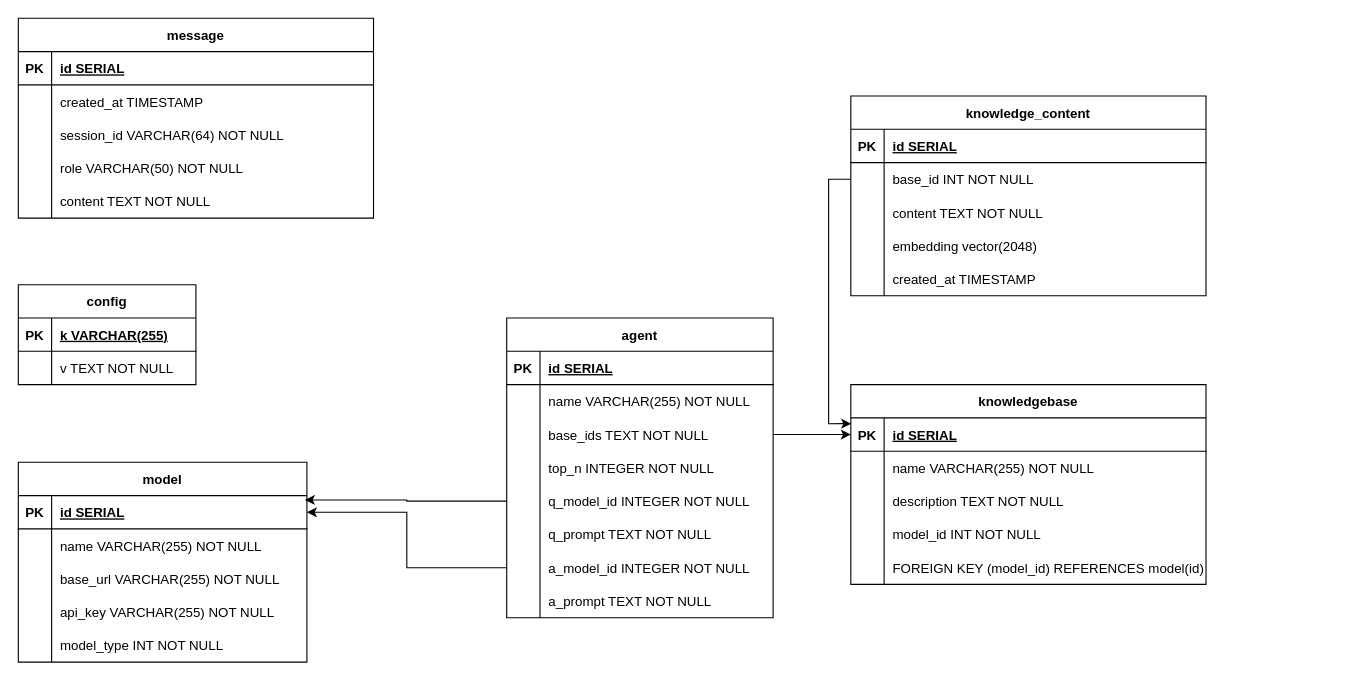
Above: db.drawio in xy3xy3/database-bighw (draw.io), before the change. Source tidied: cells renumbered, new cells numbered last; positions are measured from the earlier drawing's top-left corner, leaving out a move shared by most shapes. Both pictures are drawn from the tidied source at 111%, with x=0, y=0 at pixel (18, 18).
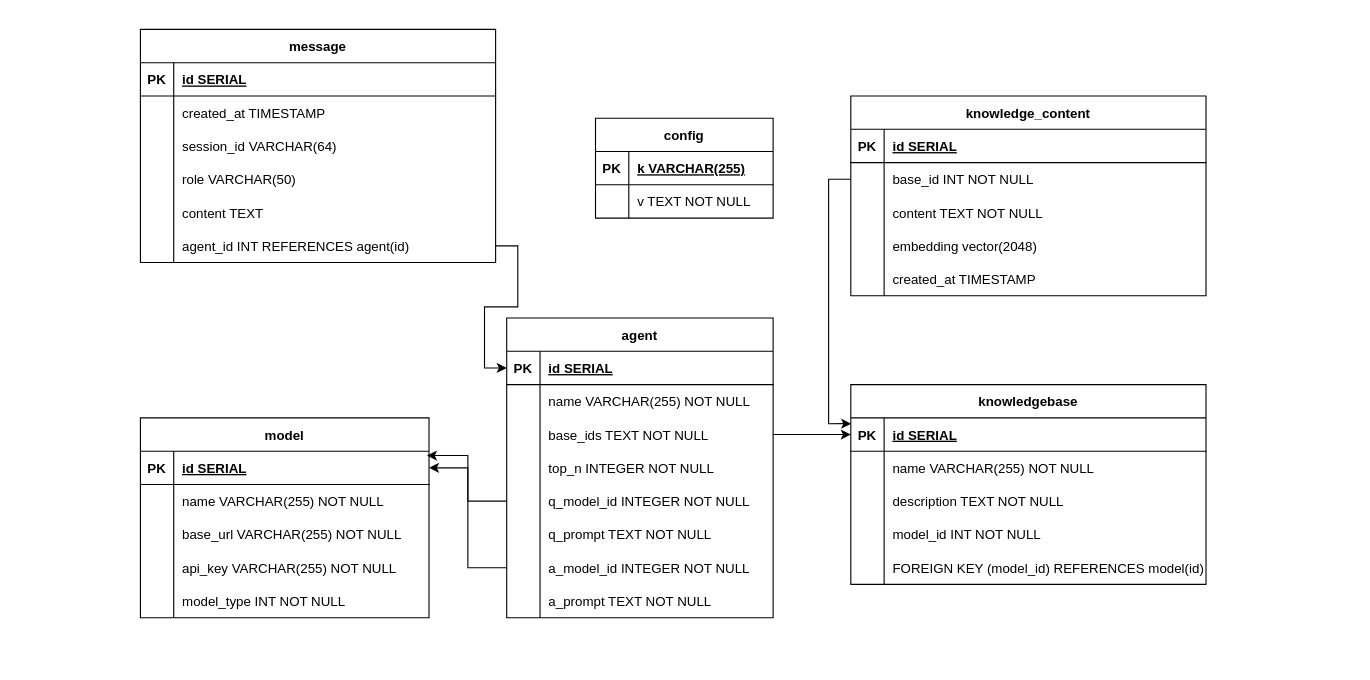
Above is the later version.

The change refers to these unchanged cells:
```xml
<mxCell id="74" style="shape=tableRow;horizontal=0;startSize=0;swimlaneHead=0;swimlaneBody=0;fillColor=none;points=[[0,0.5],[1,0.5]];portConstraint=eastwest;strokeColor=inherit;top=0;left=0;right=0;bottom=1;" parent="73" vertex="1">
  <mxGeometry y="30" width="240" height="30" as="geometry" />
</mxCell>
```

Change to the diagram source:
```diff
@@
-    <mxCell id="2" value="message" style="shape=table;startSize=30;childLayout=tableLayout;rowLines=0;fontStyle=1;align=center;" parent="1" vertex="1">
-      <mxGeometry width="320" height="180" as="geometry" />
-    </mxCell>
-    <mxCell id="3" style="shape=tableRow;horizontal=0;startSize=0;swimlaneHead=0;swimlaneBody=0;fillColor=none;strokeColor=inherit;top=0;left=0;right=0;bottom=1;" parent="2" vertex="1">
-      <mxGeometry y="30" width="320" height="30" as="geometry" />
-    </mxCell>
-    <mxCell id="4" value="PK" style="shape=partialRectangle;overflow=hidden;fillColor=none;strokeColor=inherit;top=0;left=0;bottom=0;right=0;fontStyle=1;" parent="3" vertex="1">
-      <mxGeometry width="30" height="30" as="geometry" />
-    </mxCell>
-    <mxCell id="5" value="id SERIAL " style="shape=partialRectangle;overflow=hidden;fillColor=none;align=left;strokeColor=inherit;top=0;left=0;bottom=0;right=0;spacingLeft=6;fontStyle=5;" parent="3" vertex="1">
-      <mxGeometry x="30" width="290" height="30" as="geometry" />
-    </mxCell>
-    <mxCell id="6" style="shape=tableRow;horizontal=0;startSize=0;swimlaneHead=0;swimlaneBody=0;fillColor=none;strokeColor=inherit;top=0;left=0;right=0;bottom=0;" parent="2" vertex="1">
-      <mxGeometry y="60" width="320" height="30" as="geometry" />
-    </mxCell>
-    <mxCell id="7" style="shape=partialRectangle;overflow=hidden;fillColor=none;strokeColor=inherit;top=0;left=0;bottom=0;right=0;" parent="6" vertex="1">
-      <mxGeometry width="30" height="30" as="geometry" />
-    </mxCell>
-    <mxCell id="8" value="created_at TIMESTAMP" style="shape=partialRectangle;overflow=hidden;fillColor=none;align=left;strokeColor=inherit;top=0;left=0;bottom=0;right=0;spacingLeft=6;" parent="6" vertex="1">
-      <mxGeometry x="30" width="290" height="30" as="geometry" />
-    </mxCell>
-    <mxCell id="9" style="shape=tableRow;horizontal=0;startSize=0;swimlaneHead=0;swimlaneBody=0;fillColor=none;strokeColor=inherit;top=0;left=0;right=0;bottom=0;" parent="2" vertex="1">
-      <mxGeometry y="90" width="320" height="30" as="geometry" />
-    </mxCell>
-    <mxCell id="10" style="shape=partialRectangle;overflow=hidden;fillColor=none;strokeColor=inherit;top=0;left=0;bottom=0;right=0;" parent="9" vertex="1">
-      <mxGeometry width="30" height="30" as="geometry" />
-    </mxCell>
-    <mxCell id="11" value="session_id VARCHAR(64) NOT NULL" style="shape=partialRectangle;overflow=hidden;fillColor=none;align=left;strokeColor=inherit;top=0;left=0;bottom=0;right=0;spacingLeft=6;" parent="9" vertex="1">
-      <mxGeometry x="30" width="290" height="30" as="geometry" />
-    </mxCell>
-    <mxCell id="12" style="shape=tableRow;horizontal=0;startSize=0;swimlaneHead=0;swimlaneBody=0;fillColor=none;strokeColor=inherit;top=0;left=0;right=0;bottom=0;" parent="2" vertex="1">
-      <mxGeometry y="120" width="320" height="30" as="geometry" />
-    </mxCell>
-    <mxCell id="13" style="shape=partialRectangle;overflow=hidden;fillColor=none;strokeColor=inherit;top=0;left=0;bottom=0;right=0;" parent="12" vertex="1">
-      <mxGeometry width="30" height="30" as="geometry" />
-    </mxCell>
-    <mxCell id="14" value="role VARCHAR(50) NOT NULL" style="shape=partialRectangle;overflow=hidden;fillColor=none;align=left;strokeColor=inherit;top=0;left=0;bottom=0;right=0;spacingLeft=6;" parent="12" vertex="1">
-      <mxGeometry x="30" width="290" height="30" as="geometry" />
-    </mxCell>
-    <mxCell id="15" style="shape=tableRow;horizontal=0;startSize=0;swimlaneHead=0;swimlaneBody=0;fillColor=none;strokeColor=inherit;top=0;left=0;right=0;bottom=0;" parent="2" vertex="1">
-      <mxGeometry y="150" width="320" height="30" as="geometry" />
-    </mxCell>
-    <mxCell id="16" style="shape=partialRectangle;overflow=hidden;fillColor=none;strokeColor=inherit;top=0;left=0;bottom=0;right=0;" parent="15" vertex="1">
-      <mxGeometry width="30" height="30" as="geometry" />
-    </mxCell>
-    <mxCell id="17" value="content TEXT NOT NULL" style="shape=partialRectangle;overflow=hidden;fillColor=none;align=left;strokeColor=inherit;top=0;left=0;bottom=0;right=0;spacingLeft=6;" parent="15" vertex="1">
-      <mxGeometry x="30" width="290" height="30" as="geometry" />
-    </mxCell>
     <mxCell id="18" value="model" style="shape=table;startSize=30;childLayout=tableLayout;rowLines=0;fontStyle=1;align=center;" parent="1" vertex="1">
-      <mxGeometry y="400" width="260" height="180" as="geometry" />
+      <mxGeometry x="110" y="360" width="260" height="180" as="geometry" />
     </mxCell>
@@
     <mxCell id="66" value="config" style="shape=table;startSize=30;childLayout=tableLayout;rowLines=0;fontStyle=1;align=center;" parent="1" vertex="1">
-      <mxGeometry y="240" width="160" height="90" as="geometry" />
+      <mxGeometry x="520" y="90" width="160" height="90" as="geometry" />
     </mxCell>
@@
+    <mxCell id="2" value="message" style="shape=table;startSize=30;childLayout=tableLayout;rowLines=0;fontStyle=1;align=center;" parent="1" vertex="1">
+      <mxGeometry x="110" y="10" width="320" height="210" as="geometry" />
+    </mxCell>
+    <mxCell id="3" style="shape=tableRow;horizontal=0;startSize=0;swimlaneHead=0;swimlaneBody=0;fillColor=none;strokeColor=inherit;top=0;left=0;right=0;bottom=1;" parent="2" vertex="1">
+      <mxGeometry y="30" width="320" height="30" as="geometry" />
+    </mxCell>
+    <mxCell id="4" value="PK" style="shape=partialRectangle;overflow=hidden;fillColor=none;strokeColor=inherit;top=0;left=0;bottom=0;right=0;fontStyle=1;" parent="3" vertex="1">
+      <mxGeometry width="30" height="30" as="geometry" />
+    </mxCell>
+    <mxCell id="5" value="id SERIAL " style="shape=partialRectangle;overflow=hidden;fillColor=none;align=left;strokeColor=inherit;top=0;left=0;bottom=0;right=0;spacingLeft=6;fontStyle=5;" parent="3" vertex="1">
+      <mxGeometry x="30" width="290" height="30" as="geometry" />
+    </mxCell>
+    <mxCell id="6" style="shape=tableRow;horizontal=0;startSize=0;swimlaneHead=0;swimlaneBody=0;fillColor=none;strokeColor=inherit;top=0;left=0;right=0;bottom=0;" parent="2" vertex="1">
+      <mxGeometry y="60" width="320" height="30" as="geometry" />
+    </mxCell>
+    <mxCell id="102" style="shape=partialRectangle;overflow=hidden;fillColor=none;strokeColor=inherit;top=0;left=0;bottom=0;right=0;" parent="6" vertex="1">
+      <mxGeometry width="30" height="30" as="geometry" />
+    </mxCell>
+    <mxCell id="8" value="created_at TIMESTAMP" style="shape=partialRectangle;overflow=hidden;fillColor=none;align=left;strokeColor=inherit;top=0;left=0;bottom=0;right=0;spacingLeft=6;" parent="6" vertex="1">
+      <mxGeometry x="30" width="290" height="30" as="geometry" />
+    </mxCell>
+    <mxCell id="9" style="shape=tableRow;horizontal=0;startSize=0;swimlaneHead=0;swimlaneBody=0;fillColor=none;strokeColor=inherit;top=0;left=0;right=0;bottom=0;" parent="2" vertex="1">
+      <mxGeometry y="90" width="320" height="30" as="geometry" />
+    </mxCell>
+    <mxCell id="103" style="shape=partialRectangle;overflow=hidden;fillColor=none;strokeColor=inherit;top=0;left=0;bottom=0;right=0;" parent="9" vertex="1">
+      <mxGeometry width="30" height="30" as="geometry" />
+    </mxCell>
+    <mxCell id="104" value="session_id VARCHAR(64)" style="shape=partialRectangle;overflow=hidden;fillColor=none;align=left;strokeColor=inherit;top=0;left=0;bottom=0;right=0;spacingLeft=6;" parent="9" vertex="1">
+      <mxGeometry x="30" width="290" height="30" as="geometry" />
+    </mxCell>
+    <mxCell id="12" style="shape=tableRow;horizontal=0;startSize=0;swimlaneHead=0;swimlaneBody=0;fillColor=none;strokeColor=inherit;top=0;left=0;right=0;bottom=0;" parent="2" vertex="1">
+      <mxGeometry y="120" width="320" height="30" as="geometry" />
+    </mxCell>
+    <mxCell id="105" style="shape=partialRectangle;overflow=hidden;fillColor=none;strokeColor=inherit;top=0;left=0;bottom=0;right=0;" parent="12" vertex="1">
+      <mxGeometry width="30" height="30" as="geometry" />
+    </mxCell>
+    <mxCell id="106" value="role VARCHAR(50)" style="shape=partialRectangle;overflow=hidden;fillColor=none;align=left;strokeColor=inherit;top=0;left=0;bottom=0;right=0;spacingLeft=6;" parent="12" vertex="1">
+      <mxGeometry x="30" width="290" height="30" as="geometry" />
+    </mxCell>
+    <mxCell id="15" style="shape=tableRow;horizontal=0;startSize=0;swimlaneHead=0;swimlaneBody=0;fillColor=none;strokeColor=inherit;top=0;left=0;right=0;bottom=0;" parent="2" vertex="1">
+      <mxGeometry y="150" width="320" height="30" as="geometry" />
+    </mxCell>
+    <mxCell id="107" style="shape=partialRectangle;overflow=hidden;fillColor=none;strokeColor=inherit;top=0;left=0;bottom=0;right=0;" parent="15" vertex="1">
+      <mxGeometry width="30" height="30" as="geometry" />
+    </mxCell>
+    <mxCell id="108" value="content TEXT" style="shape=partialRectangle;overflow=hidden;fillColor=none;align=left;strokeColor=inherit;top=0;left=0;bottom=0;right=0;spacingLeft=6;" parent="15" vertex="1">
+      <mxGeometry x="30" width="290" height="30" as="geometry" />
+    </mxCell>
+    <mxCell id="109" style="shape=tableRow;horizontal=0;startSize=0;swimlaneHead=0;swimlaneBody=0;fillColor=none;points=[[0,0.5],[1,0.5]];portConstraint=eastwest;strokeColor=inherit;top=0;left=0;right=0;bottom=0;" parent="2" vertex="1">
+      <mxGeometry y="180" width="320" height="30" as="geometry" />
+    </mxCell>
+    <mxCell id="110" style="shape=partialRectangle;overflow=hidden;fillColor=none;strokeColor=inherit;top=0;left=0;bottom=0;right=0;" parent="109" vertex="1">
+      <mxGeometry width="30" height="30" as="geometry" />
+    </mxCell>
+    <mxCell id="111" value="agent_id INT REFERENCES agent(id)" style="shape=partialRectangle;overflow=hidden;fillColor=none;align=left;strokeColor=inherit;top=0;left=0;bottom=0;right=0;spacingLeft=6;" parent="109" vertex="1">
+      <mxGeometry x="30" width="290" height="30" as="geometry" />
+    </mxCell>
+    <mxCell id="112" style="edgeStyle=orthogonalEdgeStyle;rounded=0;jettySize=auto;html=1;exitX=1;exitY=0.5;exitDx=0;exitDy=0;entryX=0;entryY=0.5;entryDx=0;entryDy=0;" parent="1" edge="1" source="109" target="74">
+      <mxGeometry relative="1" as="geometry" />
+    </mxCell>
```
